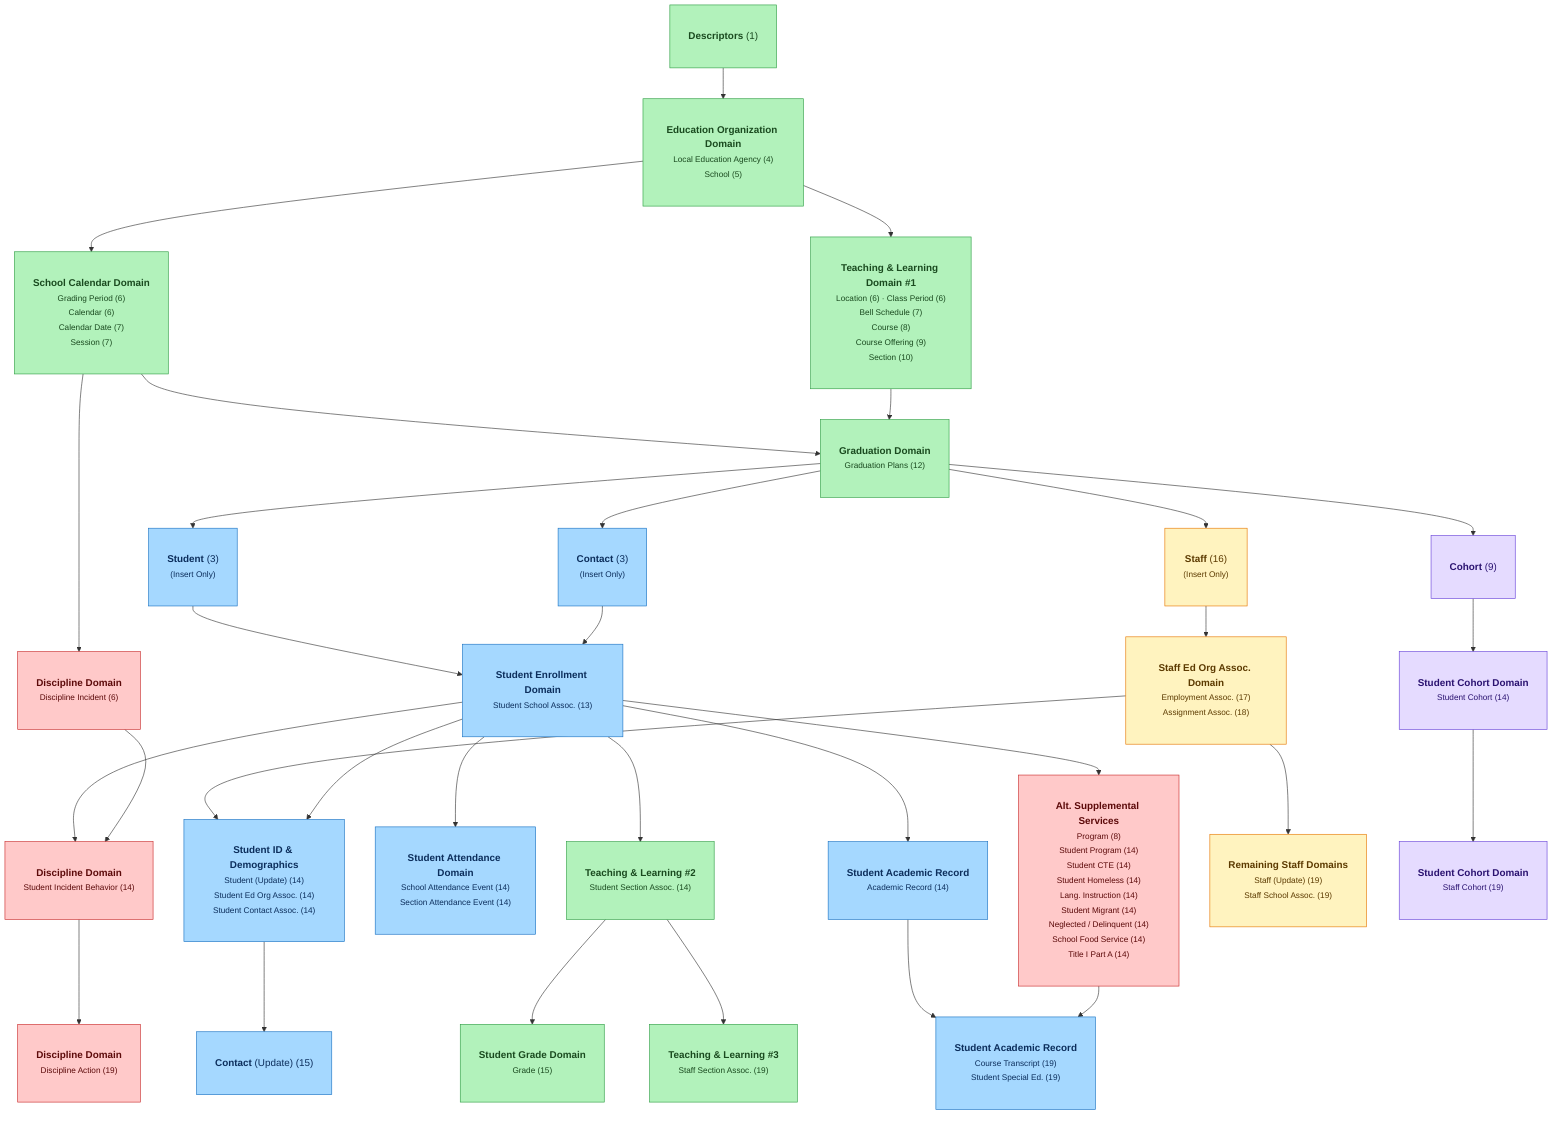
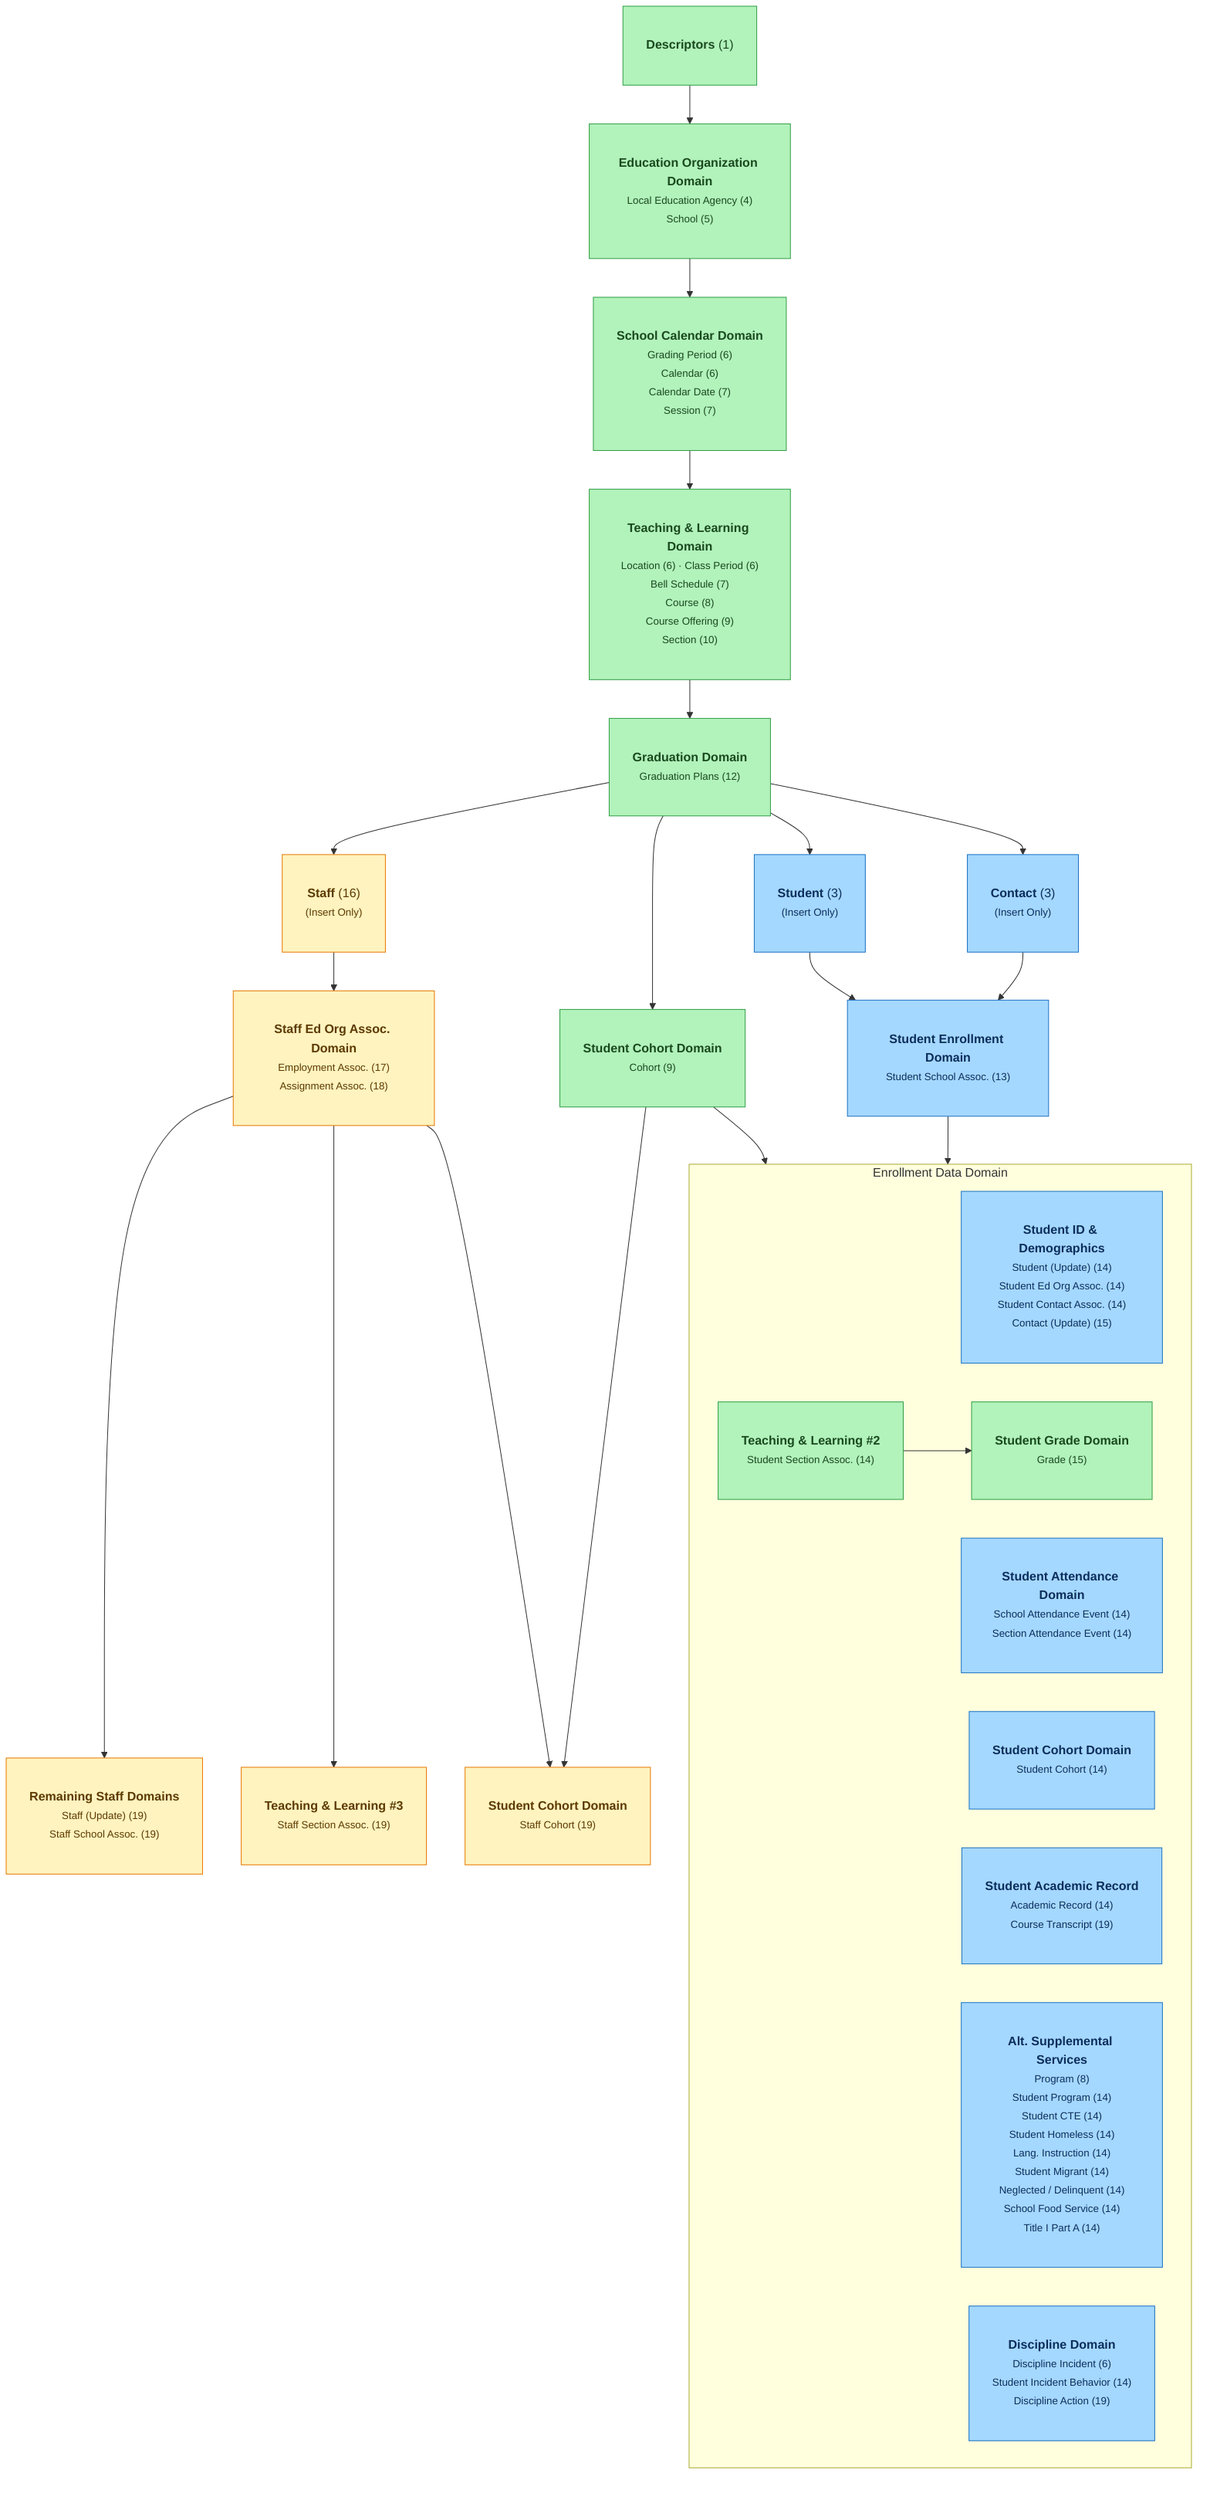
%%{init: { 'flowchart': {'htmlLabels': true} } }%%
flowchart TD
    %% ─── Styles ───────────────────────────────────────────────────
    classDef core    fill:#b2f2bb,stroke:#2f9e44,color:#1a4a1f,padding:10px 16px,border-radius:6px
    classDef student fill:#a5d8ff,stroke:#1971c2,color:#0c2e5c,padding:10px 16px,border-radius:6px
    classDef staff   fill:#fff3bf,stroke:#e67700,color:#5c3a00,padding:10px 16px,border-radius:6px
    classDef supp    fill:#ffc9c9,stroke:#c92a2a,color:#5c0a0a,padding:10px 16px,border-radius:6px
    classDef cohort  fill:#e5dbff,stroke:#6741d9,color:#2a1270,padding:10px 16px,border-radius:6px

    %% ─── Tier 1 ───────────────────────────────────────────────────
    DESC["<b>Descriptors</b> (1)"]:::core

    %% ─── Tier 2 ───────────────────────────────────────────────────
    EDORG["<b>Education Organization Domain</b><br/><small>Local Education Agency (4)</small><br/><small>School (5)</small>"]:::core

    %% ─── Tier 3 — parallel ────────────────────────────────────────
    CAL["<b>School Calendar Domain</b><br/><small>Grading Period (6)</small><br/><small>Calendar (6)</small><br/><small>Calendar Date (7)</small><br/><small>Session (7)</small>"]:::core

-     TL1["<b>Teaching &amp; Learning Domain #1</b><br/><small>Location (6) · Class Period (6)</small><br/><small>Bell Schedule (7)</small><br/><small>Course (8)</small><br/><small>Course Offering (9)</small><br/><small>Section (10)</small>"]:::core
- 
-     %% ─── Discipline Incident hangs early ──────────────────────────
-     DISCI["<b>Discipline Domain</b><br/><small>Discipline Incident (6)</small>"]:::supp
+     TL1["<b>Teaching &amp; Learning Domain</b><br/><small>Location (6) · Class Period (6)</small><br/><small>Bell Schedule (7)</small><br/><small>Course (8)</small><br/><small>Course Offering (9)</small><br/><small>Section (10)</small>"]:::core

    %% ─── Tier 4 ───────────────────────────────────────────────────
    GRAD["<b>Graduation Domain</b><br/><small>Graduation Plans (12)</small>"]:::core

-     %% ─── Tier 5 — four parallel branches ──────────────────────────
+     %% ─── Tier 5 — parallel branches ──────────────────────────────
    STAFF["<b>Staff</b> (16)<br/><small>(Insert Only)</small>"]:::staff
- 
-     COH9["<b>Cohort</b> (9)"]:::cohort

    STU["<b>Student</b> (3)<br/><small>(Insert Only)</small>"]:::student

    CONT["<b>Contact</b> (3)<br/><small>(Insert Only)</small>"]:::student

    %% ─── Tier 6 ───────────────────────────────────────────────────
    STAFFEDORG["<b>Staff Ed Org Assoc. Domain</b><br/><small>Employment Assoc. (17)</small><br/><small>Assignment Assoc. (18)</small>"]:::staff

    ENROLL["<b>Student Enrollment Domain</b><br/><small>Student School Assoc. (13)</small>"]:::student

-     %% ─── Tier 7 — Dependency order 14 (parallel) ──────────────────
-     STUDENTID["<b>Student ID &amp; Demographics</b><br/><small>Student (Update) (14)</small><br/><small>Student Ed Org Assoc. (14)</small><br/><small>Student Contact Assoc. (14)</small>"]:::student
+     %% ─── Cohort chain ─────────────────────────────────────────────
+     COH14["<b>Student Cohort Domain</b><br/><small>Cohort (9)</small>"]:::core

-     COH14["<b>Student Cohort Domain</b><br/><small>Student Cohort (14)</small>"]:::cohort
- 
-     TL2["<b>Teaching &amp; Learning #2</b><br/><small>Student Section Assoc. (14)</small>"]:::core
- 
-     ATT["<b>Student Attendance Domain</b><br/><small>School Attendance Event (14)</small><br/><small>Section Attendance Event (14)</small>"]:::student
- 
-     DIS14["<b>Discipline Domain</b><br/><small>Student Incident Behavior (14)</small>"]:::supp
- 
-     ACADREC["<b>Student Academic Record</b><br/><small>Academic Record (14)</small>"]:::student
- 
-     ALTSUPP["<b>Alt. Supplemental Services</b><br/><small>Program (8)</small><br/><small>Student Program (14)</small><br/><small>Student CTE (14)</small><br/><small>Student Homeless (14)</small><br/><small>Lang. Instruction (14)</small><br/><small>Student Migrant (14)</small><br/><small>Neglected / Delinquent (14)</small><br/><small>School Food Service (14)</small><br/><small>Title I Part A (14)</small>"]:::supp
- 
-     %% ─── Tier 8 — Dependency order 15 ────────────────────────────
-     CONTUPD["<b>Contact</b> (Update) (15)"]:::student
-     GRADE["<b>Student Grade Domain</b><br/><small>Grade (15)</small>"]:::core
- 
-     %% ─── Tier 9 — Dependency order 19 ────────────────────────────
+     %% ─── Tier 9 — Staff domains ───────────────────────────────────
    STAFFREM["<b>Remaining Staff Domains</b><br/><small>Staff (Update) (19)</small><br/><small>Staff School Assoc. (19)</small>"]:::staff

-     STAFFSEC["<b>Teaching &amp; Learning #3</b><br/><small>Staff Section Assoc. (19)</small>"]:::core
+     STAFFSEC["<b>Teaching &amp; Learning #3</b><br/><small>Staff Section Assoc. (19)</small>"]:::staff

-     STAFFCOH["<b>Student Cohort Domain</b><br/><small>Staff Cohort (19)</small>"]:::cohort
+     STAFFCOH["<b>Student Cohort Domain</b><br/><small>Staff Cohort (19)</small>"]:::staff

-     TRANSCRIPT["<b>Student Academic Record</b><br/><small>Course Transcript (19)</small><br/><small>Student Special Ed. (19)</small>"]:::student
+     %% ─── Enrollment Data Subsystem ────────────────────────────────
+     subgraph ENROLL_DATA["Enrollment Data Domain"]
+         direction LR
+         STUDENTID["<b>Student ID &amp; Demographics</b><br/><small>Student (Update) (14)</small><br/><small>Student Ed Org Assoc. (14)</small><br/><small>Student Contact Assoc. (14)</small><br/><small>Contact (Update) (15)</small>"]:::student

-     DISACTION["<b>Discipline Domain</b><br/><small>Discipline Action (19)</small>"]:::supp
+         ATT["<b>Student Attendance Domain</b><br/><small>School Attendance Event (14)</small><br/><small>Section Attendance Event (14)</small>"]:::student
+ 
+         TL2["<b>Teaching &amp; Learning #2</b><br/><small>Student Section Assoc. (14)</small>"]:::core
+         GRADE["<b>Student Grade Domain</b><br/><small>Grade (15)</small>"]:::core
+ 
+         COH_STU["<b>Student Cohort Domain</b><br/><small>Student Cohort (14)</small>"]:::student
+ 
+         ACADREC["<b>Student Academic Record</b><br/><small>Academic Record (14)</small><br/><small>Course Transcript (19)</small>"]:::student
+ 
+         ALTSUPP["<b>Alt. Supplemental Services</b><br/><small>Program (8)</small><br/><small>Student Program (14)</small><br/><small>Student CTE (14)</small><br/><small>Student Homeless (14)</small><br/><small>Lang. Instruction (14)</small><br/><small>Student Migrant (14)</small><br/><small>Neglected / Delinquent (14)</small><br/><small>School Food Service (14)</small><br/><small>Title I Part A (14)</small>"]:::student
+ 
+         DIS14["<b>Discipline Domain</b><br/><small>Discipline Incident (6)</small><br/><small>Student Incident Behavior (14)</small><br/><small>Discipline Action (19)</small>"]:::student
+ 
+         TL2 --> GRADE
+     end

    %% ─── Connections ───────────────────────────────────────────────
    DESC --> EDORG

    EDORG --> CAL
-     EDORG --> TL1
- 
-     CAL --> DISCI
-     CAL --> GRAD
+     CAL --> TL1
    TL1 --> GRAD

    GRAD --> STAFF
-     GRAD --> COH9
+     GRAD --> COH14
    GRAD --> STU
    GRAD --> CONT

    STAFF --> STAFFEDORG
    STU --> ENROLL
    CONT --> ENROLL

-     STAFFEDORG --> STUDENTID
-     COH9 --> COH14
-     ENROLL --> STUDENTID
-     ENROLL --> TL2
-     ENROLL --> ATT
-     ENROLL --> DIS14
-     ENROLL --> ACADREC
-     ENROLL --> ALTSUPP
-     DISCI --> DIS14
- 
-     STUDENTID --> CONTUPD
-     TL2 --> GRADE
+     ENROLL --> ENROLL_DATA

    STAFFEDORG --> STAFFREM
-     TL2 --> STAFFSEC
+     STAFFEDORG --> STAFFSEC
+     STAFFEDORG --> STAFFCOH
+     COH14 --> ENROLL_DATA
    COH14 --> STAFFCOH
-     ACADREC --> TRANSCRIPT
-     ALTSUPP --> TRANSCRIPT
-     DIS14 --> DISACTION
